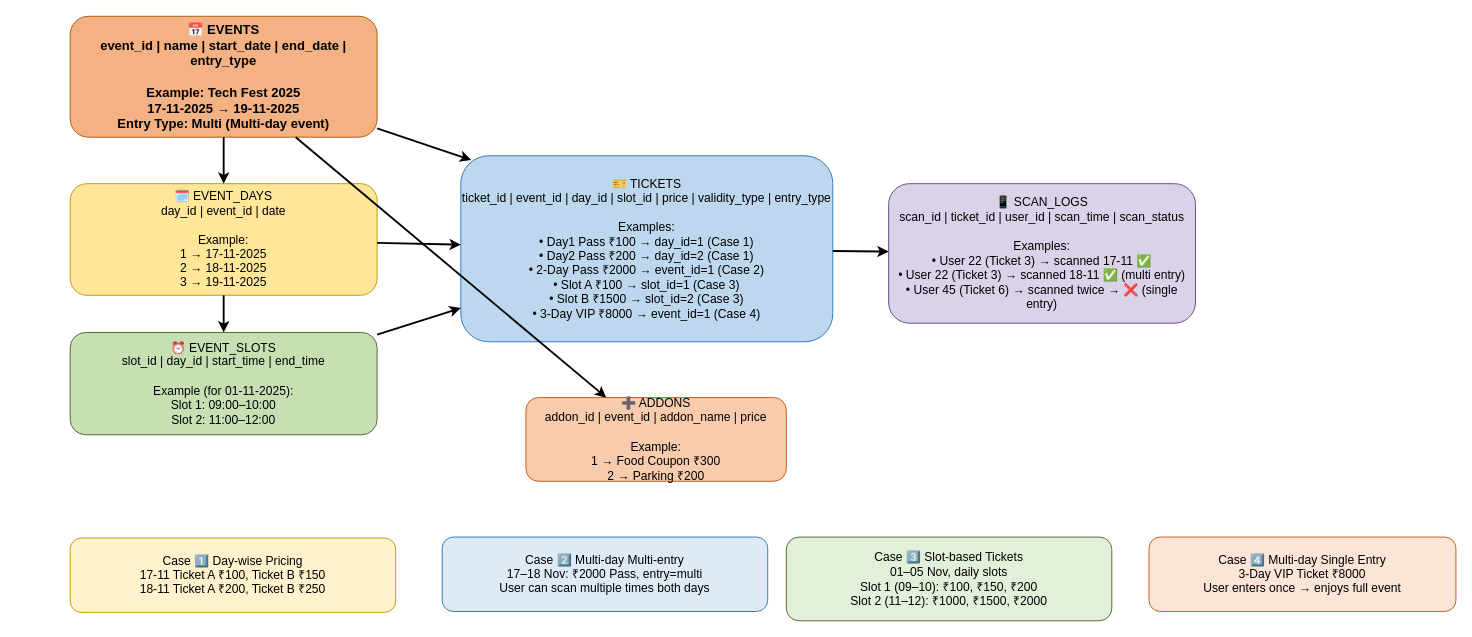
Before: ticket_flow.drawio in doomshell2020/event-management-api, a draw.io diagram. Source tidied: cells renumbered, new cells numbered last; positions are measured from the earlier drawing's top-left corner, leaving out a move shared by most shapes. Both pictures are drawn from the tidied source at 93%, with x=0, y=0 at pixel (70, 16).
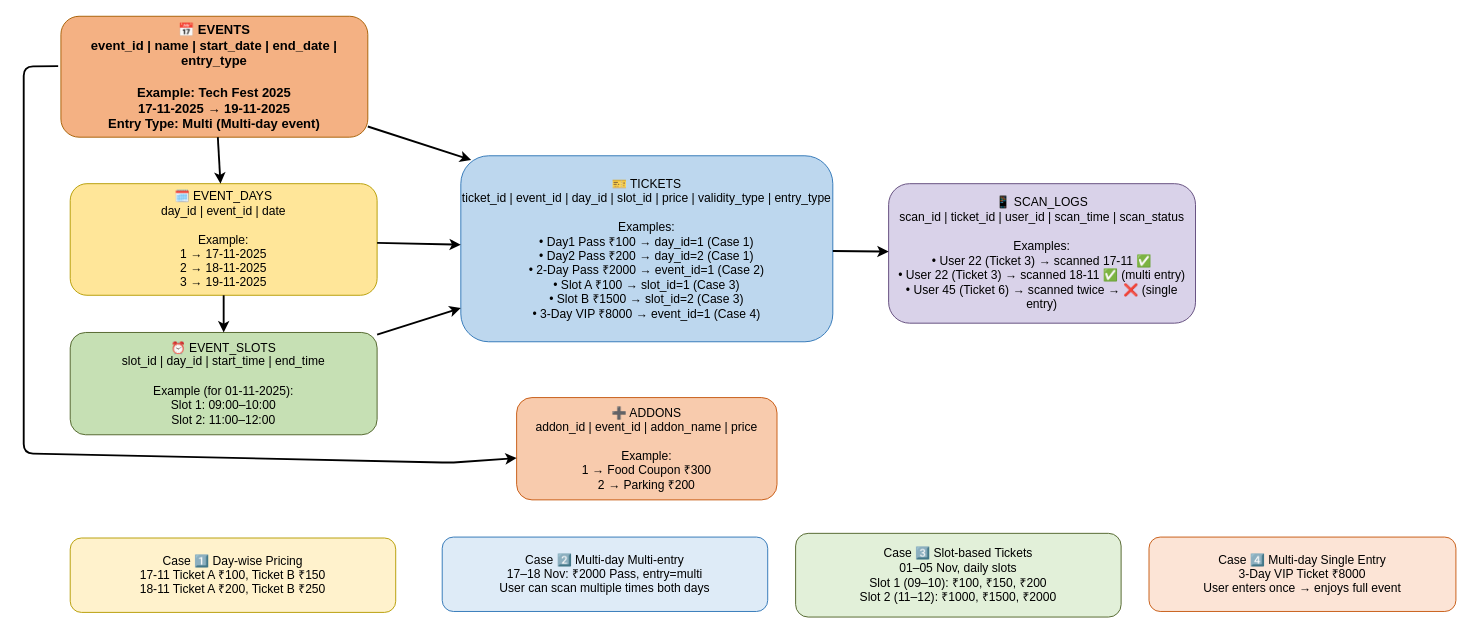
Above is the later version.

Commit message (it also covers changes not shown here):
Implement event listing with optional filters and add new models for event days, slots, and ticket pricing

Change to the diagram source:
```diff
@@
     <mxCell id="2" value="📅 EVENTS&#10;event_id | name | start_date | end_date | entry_type&#10;&#10;Example: Tech Fest 2025&#10;17-11-2025 → 19-11-2025&#10;Entry Type: Multi (Multi-day event)" style="rounded=1;whiteSpace=wrap;html=1;fillColor=#f4b183;strokeColor=#a65d00;fontStyle=1;fontSize=14;" parent="1" vertex="1">
-      <mxGeometry width="330" height="130" as="geometry" />
+      <mxGeometry x="-10" width="330" height="130" as="geometry" />
     </mxCell>
@@
     <mxCell id="7" value="➕ ADDONS&#10;addon_id | event_id | addon_name | price&#10;&#10;Example:&#10;1 → Food Coupon ₹300&#10;2 → Parking ₹200" style="rounded=1;whiteSpace=wrap;html=1;fillColor=#f8cbad;strokeColor=#c65911;fontSize=13;" parent="1" vertex="1">
-      <mxGeometry x="490" y="410" width="280" height="90" as="geometry" />
+      <mxGeometry x="480" y="410" width="280" height="110" as="geometry" />
     </mxCell>
@@
     <mxCell id="10" value="Case 3️⃣ Slot-based Tickets&#10;01–05 Nov, daily slots&#10;Slot 1 (09–10): ₹100, ₹150, ₹200&#10;Slot 2 (11–12): ₹1000, ₹1500, ₹2000" style="whiteSpace=wrap;html=1;rounded=1;fillColor=#e2f0d9;strokeColor=#4f6228;fontSize=13;" parent="1" vertex="1">
-      <mxGeometry x="770" y="560" width="350" height="90" as="geometry" />
+      <mxGeometry x="780" y="556" width="350" height="90" as="geometry" />
     </mxCell>
@@
-    <mxCell id="18" style="endArrow=classic;html=1;strokeWidth=2;" parent="1" edge="1" source="2" target="7">
-      <mxGeometry relative="1" as="geometry" />
+    <mxCell id="18" style="endArrow=classic;html=1;strokeWidth=2;exitX=-0.009;exitY=0.412;exitDx=0;exitDy=0;exitPerimeter=0;" parent="1" edge="1" source="2" target="7">
+      <mxGeometry relative="1" as="geometry">
+        <Array as="points">
+          <mxPoint x="-50" y="54" />
+          <mxPoint x="-50" y="470" />
+          <mxPoint x="410" y="480" />
+        </Array>
+      </mxGeometry>
     </mxCell>
```
